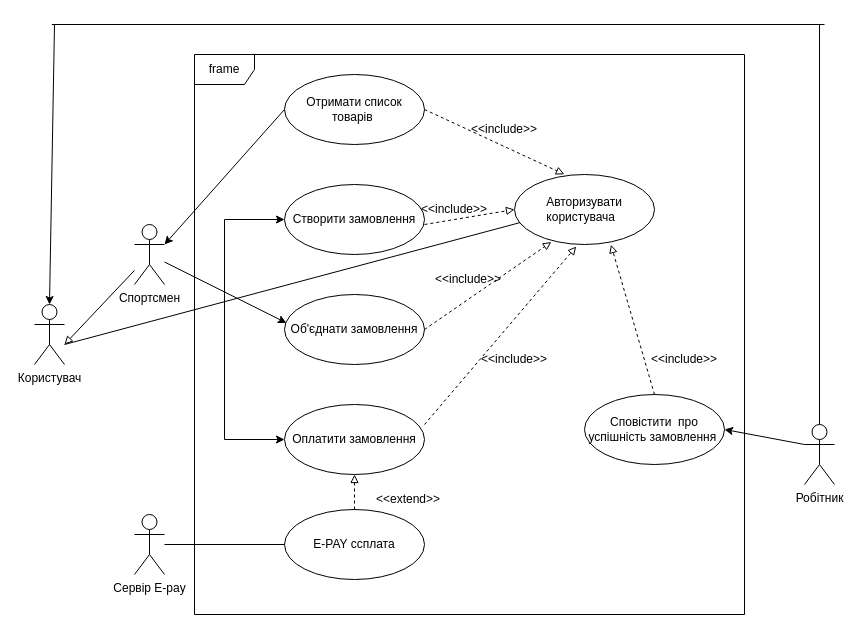
This is 1.3-SoftwareUserRequirements/1.3.3-UseCaseDiagram/Diagram.drawio from oleksandrblazhko/ai-212-socheslo, a draw.io file, before an edit. Source tidied: cells renumbered, new cells numbered last; positions are measured from the earlier drawing's top-left corner, leaving out a move shared by most shapes. Both pictures are drawn from the tidied source at 100%, with x=0, y=0 at pixel (34, 24).
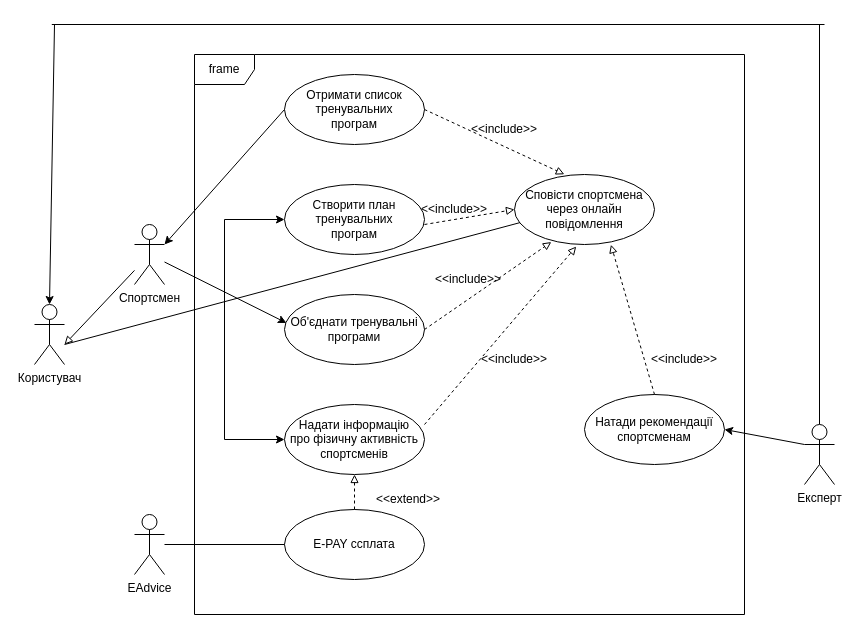
Above is the later version.

What changed in the source:
```diff
@@
-    <mxCell id="4" value="Робітник" style="shape=umlActor;verticalLabelPosition=bottom;verticalAlign=top;html=1;" parent="1" vertex="1">
+    <mxCell id="4" value="Експерт" style="shape=umlActor;verticalLabelPosition=bottom;verticalAlign=top;html=1;" parent="1" vertex="1">
       <mxGeometry x="770" y="400" width="30" height="60" as="geometry" />
     </mxCell>
-    <mxCell id="5" value="Отримати список товарів&amp;nbsp;" style="ellipse;whiteSpace=wrap;html=1;" parent="1" vertex="1">
+    <mxCell id="5" value="Отримати список тренувальних&lt;br&gt;програм&lt;br&gt;" style="ellipse;whiteSpace=wrap;html=1;" parent="1" vertex="1">
       <mxGeometry x="250" y="50" width="140" height="70" as="geometry" />
     </mxCell>
-    <mxCell id="6" value="Створити замовлення" style="ellipse;whiteSpace=wrap;html=1;" parent="1" vertex="1">
+    <mxCell id="6" value="Створити план&lt;br&gt;тренувальних&lt;br&gt;програм" style="ellipse;whiteSpace=wrap;html=1;" parent="1" vertex="1">
       <mxGeometry x="250" y="160" width="140" height="70" as="geometry" />
     </mxCell>
@@
-    <mxCell id="9" value="Об'єднати замовлення" style="ellipse;whiteSpace=wrap;html=1;" parent="1" vertex="1">
+    <mxCell id="9" value="Об'єднати тренувальні&lt;br&gt;програми" style="ellipse;whiteSpace=wrap;html=1;" parent="1" vertex="1">
       <mxGeometry x="250" y="270" width="140" height="70" as="geometry" />
     </mxCell>
@@
-    <mxCell id="11" value="Авторизувати користувача&amp;nbsp;&amp;nbsp;" style="ellipse;whiteSpace=wrap;html=1;" parent="1" vertex="1">
+    <mxCell id="11" value="Сповісти спортсмена через онлайн повідомлення" style="ellipse;whiteSpace=wrap;html=1;" parent="1" vertex="1">
       <mxGeometry x="480" y="150" width="140" height="70" as="geometry" />
     </mxCell>
@@
-    <mxCell id="13" value="Оплатити замовлення" style="ellipse;whiteSpace=wrap;html=1;" parent="1" vertex="1">
+    <mxCell id="13" value="Надати інформацію&lt;br&gt;про фізичну активність&lt;br&gt;спортсменів" style="ellipse;whiteSpace=wrap;html=1;" parent="1" vertex="1">
       <mxGeometry x="250" y="380" width="140" height="70" as="geometry" />
     </mxCell>
@@
-    <mxCell id="23" value="Сповістити&amp;nbsp; про успішність замовлення&amp;nbsp;" style="ellipse;whiteSpace=wrap;html=1;" parent="1" vertex="1">
+    <mxCell id="23" value="Натади рекомендації&lt;br&gt;спортсменам" style="ellipse;whiteSpace=wrap;html=1;" parent="1" vertex="1">
       <mxGeometry x="550" y="370" width="140" height="70" as="geometry" />
     </mxCell>
@@
-    <mxCell id="30" value="Сервір Е-pay" style="shape=umlActor;verticalLabelPosition=bottom;verticalAlign=top;html=1;" parent="1" vertex="1">
+    <mxCell id="30" value="EAdvice" style="shape=umlActor;verticalLabelPosition=bottom;verticalAlign=top;html=1;" parent="1" vertex="1">
       <mxGeometry x="100" y="490" width="30" height="60" as="geometry" />
     </mxCell>
```
